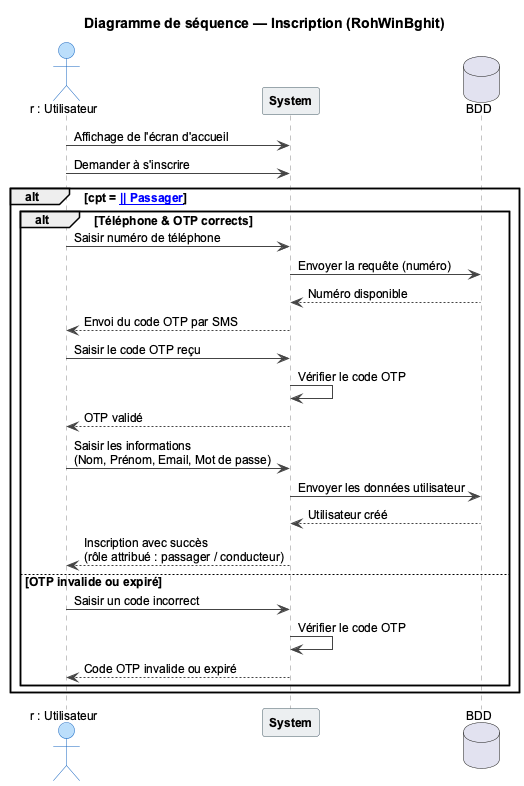
This is figures/fig_sequence_inscription.png from Belhormamohamed13/Memiore_RohWinBghit, a PlantUML export, as it was before one commit.
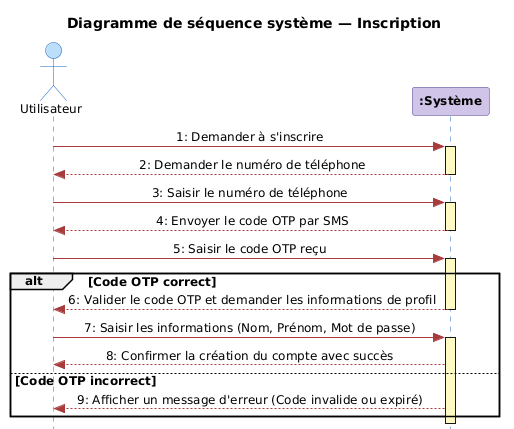
Later version of the same file.

Commit message:
refactor(dss): simplify system sequence diagrams (DSS) to high-level non-technical flows

Change to the diagram source:
```diff
@@ -1,48 +1,47 @@
-@startuml fig_sequence_inscription
+@startuml
+skinparam style strictuml
 skinparam DefaultFontName Arial
 skinparam DefaultFontSize 12
 skinparam shadowing false
+skinparam SequenceMessageAlignment center
+
 skinparam sequence {
-  ArrowColor #444444
+  ArrowColor #A83B3B
   ActorBorderColor #1565C0
   ActorBackgroundColor #BBDEFB
-  LifeLineBorderColor #888888
-  ParticipantBorderColor #455A64
-  ParticipantBackgroundColor #ECEFF1
+  LifeLineBorderColor #1565C0
+  LifeLineBackgroundColor #FFF9C4
+  ParticipantBorderColor #4B3A8B
+  ParticipantBackgroundColor #D1C4E9
   ParticipantFontStyle bold
-  DatabaseBorderColor #F9A825
-  DatabaseBackgroundColor #FFF9C4
 }
 
-title Diagramme de séquence — Inscription (RohWinBghit)
+title Diagramme de séquence système — Inscription
 
-actor "r : Utilisateur" as U
-participant "System" as S
-database "BDD" as DB
+actor "Utilisateur" as U
+participant ":Système" as S
 
-U -> S : Affichage de l'écran d'accueil
-U -> S : Demander à s'inscrire
+U -> S : 1: Demander à s'inscrire
+activate S
+S --> U : 2: Demander le numéro de téléphone
+deactivate S
 
-alt cpt = [[Conducteur || Passager]]
+U -> S : 3: Saisir le numéro de téléphone
+activate S
+S --> U : 4: Envoyer le code OTP par SMS
+deactivate S
 
-  alt Téléphone & OTP corrects
-    U -> S : Saisir numéro de téléphone
-    S -> DB : Envoyer la requête (numéro)
-    DB --> S : Numéro disponible
-    S --> U : Envoi du code OTP par SMS
-    U -> S : Saisir le code OTP reçu
-    S -> S : Vérifier le code OTP
-    S --> U : OTP validé
-    U -> S : Saisir les informations\n(Nom, Prénom, Email, Mot de passe)
-    S -> DB : Envoyer les données utilisateur
-    DB --> S : Utilisateur créé
-    S --> U : Inscription avec succès\n(rôle attribué : passager / conducteur)
-  else OTP invalide ou expiré
-    U -> S : Saisir un code incorrect
-    S -> S : Vérifier le code OTP
-    S --> U : Code OTP invalide ou expiré
-  end
+U -> S : 5: Saisir le code OTP reçu
+activate S
 
+alt Code OTP correct
+  S --> U : 6: Valider le code OTP et demander les informations de profil
+  deactivate S
+  U -> S : 7: Saisir les informations (Nom, Prénom, Mot de passe)
+  activate S
+  S --> U : 8: Confirmer la création du compte avec succès
+else Code OTP incorrect
+  S --> U : 9: Afficher un message d'erreur (Code invalide ou expiré)
 end
-
+deactivate S
 @enduml
```
